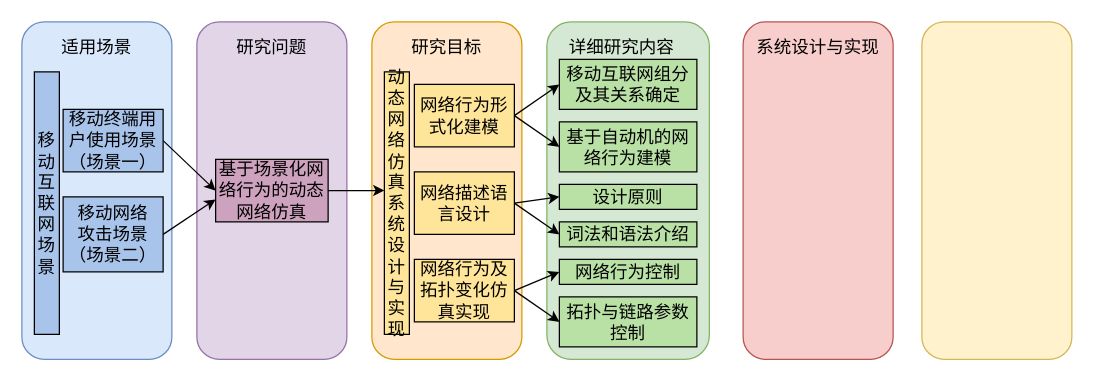
Icarus1994/neutron_conf keeps this draw.io diagram as page "论文研究思路" (2 of 2) of 文章形式.drawio. Above is the earlier version. Source tidied: cells renumbered, new cells numbered last; positions are measured from the earlier drawing's top-left corner, leaving out a move shared by most shapes. Both pictures are drawn from the tidied source at 125%, with x=0, y=0 at pixel (21, 21).
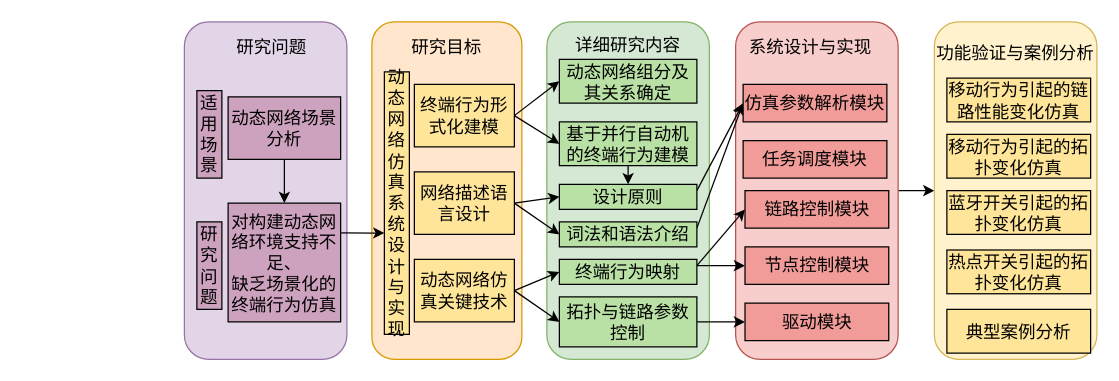
The same page after the edit.

Unchanged cells that the change refers to:
```xml
<mxCell id="18" value="动态网络仿真系统设计与实现" style="rounded=0;whiteSpace=wrap;html=1;fontSize=14;verticalAlign=middle;horizontal=1;fillColor=#FFE599;" parent="1" vertex="1">
  <mxGeometry x="290" y="40" width="20" height="210" as="geometry" />
</mxCell>
<mxCell id="28" value="设计原则" style="rounded=0;whiteSpace=wrap;html=1;fontSize=14;fillColor=#B9E0A5;" parent="1" vertex="1">
  <mxGeometry x="430" y="130" width="110" height="20" as="geometry" />
</mxCell>
<mxCell id="29" value="词法和语法介绍" style="rounded=0;whiteSpace=wrap;html=1;fontSize=14;fillColor=#B9E0A5;" parent="1" vertex="1">
  <mxGeometry x="430" y="160" width="110" height="20" as="geometry" />
</mxCell>
<mxCell id="31" value="拓扑与链路参数控制" style="rounded=0;whiteSpace=wrap;html=1;fontSize=14;fillColor=#B9E0A5;" parent="1" vertex="1">
  <mxGeometry x="430" y="220" width="110" height="40" as="geometry" />
</mxCell>
```

Diff of the diagram source:
```diff
@@
-    <mxCell id="2" style="rounded=1;whiteSpace=wrap;html=1;fontSize=14;fillColor=#dae8fc;strokeColor=#6c8ebf;" parent="1" vertex="1">
-      <mxGeometry width="120" height="270" as="geometry" />
-    </mxCell>
-    <mxCell id="3" value="适用场景" style="text;html=1;strokeColor=none;fillColor=none;align=center;verticalAlign=middle;whiteSpace=wrap;rounded=0;fontSize=14;" parent="1" vertex="1">
-      <mxGeometry x="30" y="10" width="60" height="20" as="geometry" />
-    </mxCell>
     <mxCell id="4" style="rounded=1;whiteSpace=wrap;html=1;fontSize=14;fillColor=#e1d5e7;strokeColor=#9673a6;" parent="1" vertex="1">
-      <mxGeometry x="140" width="120" height="270" as="geometry" />
+      <mxGeometry x="130" width="130" height="270" as="geometry" />
     </mxCell>
@@
     <mxCell id="9" value="详细研究内容" style="text;html=1;strokeColor=none;fillColor=none;align=center;verticalAlign=middle;whiteSpace=wrap;rounded=0;fontSize=14;" parent="1" vertex="1">
-      <mxGeometry x="435" y="10" width="90" height="20" as="geometry" />
+      <mxGeometry x="440" y="9" width="90" height="20" as="geometry" />
     </mxCell>
+    <mxCell id="36" style="edgeStyle=orthogonalEdgeStyle;rounded=0;jettySize=auto;html=1;exitX=1;exitY=0.5;exitDx=0;exitDy=0;entryX=0;entryY=0.5;entryDx=0;entryDy=0;" parent="1" edge="1" source="10" target="35">
+      <mxGeometry relative="1" as="geometry" />
+    </mxCell>
     <mxCell id="10" style="rounded=1;whiteSpace=wrap;html=1;fontSize=14;fillColor=#f8cecc;strokeColor=#b85450;" parent="1" vertex="1">
-      <mxGeometry x="577" width="120" height="270" as="geometry" />
+      <mxGeometry x="571" width="130" height="270" as="geometry" />
     </mxCell>
     <mxCell id="11" value="系统设计与实现" style="text;html=1;strokeColor=none;fillColor=none;align=center;verticalAlign=middle;whiteSpace=wrap;rounded=0;fontSize=14;" parent="1" vertex="1">
-      <mxGeometry x="587" y="10" width="100" height="20" as="geometry" />
+      <mxGeometry x="581" y="10" width="100" height="20" as="geometry" />
     </mxCell>
-    <mxCell id="12" style="rounded=0;jettySize=auto;html=1;exitX=1;exitY=0.5;exitDx=0;exitDy=0;entryX=0;entryY=0.5;entryDx=0;entryDy=0;fontSize=14;" parent="1" edge="1" source="13" target="17">
-      <mxGeometry relative="1" as="geometry" />
-    </mxCell>
-    <mxCell id="13" value="移动终端用户使用场景（场景一）" style="rounded=0;whiteSpace=wrap;html=1;fontSize=14;fillColor=#A9C4EB;" parent="1" vertex="1">
-      <mxGeometry x="33" y="70" width="80" height="50" as="geometry" />
-    </mxCell>
-    <mxCell id="14" style="edgeStyle=none;rounded=0;jettySize=auto;html=1;exitX=1;exitY=0.5;exitDx=0;exitDy=0;fontSize=14;entryX=0;entryY=0.64;entryDx=0;entryDy=0;entryPerimeter=0;" parent="1" edge="1" source="15" target="17">
-      <mxGeometry relative="1" as="geometry" />
-    </mxCell>
-    <mxCell id="15" value="移动网络&lt;br&gt;攻击场景&lt;br&gt;（场景二）" style="rounded=0;whiteSpace=wrap;html=1;fontSize=14;fillColor=#A9C4EB;" parent="1" vertex="1">
-      <mxGeometry x="33" y="140" width="80" height="60" as="geometry" />
-    </mxCell>
-    <mxCell id="16" style="edgeStyle=none;rounded=0;jettySize=auto;html=1;exitX=1;exitY=0.5;exitDx=0;exitDy=0;entryX=0;entryY=0.452;entryDx=0;entryDy=0;fontSize=14;entryPerimeter=0;" parent="1" edge="1" source="17" target="18">
+    <mxCell id="16" style="edgeStyle=none;rounded=0;jettySize=auto;html=1;exitX=1;exitY=0.25;exitDx=0;exitDy=0;entryX=0;entryY=0.614;entryDx=0;entryDy=0;fontSize=14;entryPerimeter=0;" parent="1" edge="1" source="17" target="18">
       <mxGeometry relative="1" as="geometry" />
     </mxCell>
-    <mxCell id="17" value="基于场景化网络行为的动态网络仿真" style="rounded=0;whiteSpace=wrap;html=1;fontSize=14;fillColor=#CDA2BE;" parent="1" vertex="1">
-      <mxGeometry x="155" y="110" width="90" height="50" as="geometry" />
+    <mxCell id="17" value="对构建动态网络环境支持不足、&lt;br&gt;缺乏场景化的终端行为仿真" style="rounded=0;whiteSpace=wrap;html=1;fontSize=14;fillColor=#CDA2BE;" parent="1" vertex="1">
+      <mxGeometry x="165" y="145" width="90" height="95" as="geometry" />
     </mxCell>
@@
-    <mxCell id="19" value="网络行为形式化建模" style="rounded=0;whiteSpace=wrap;html=1;fontSize=14;fillColor=#FFE599;" parent="1" vertex="1">
+    <mxCell id="19" value="终端行为形式化建模" style="rounded=0;whiteSpace=wrap;html=1;fontSize=14;fillColor=#FFE599;" parent="1" vertex="1">
       <mxGeometry x="314" y="50" width="80" height="50" as="geometry" />
     </mxCell>
@@
-    <mxCell id="22" value="网络行为及拓扑变化仿真实现" style="rounded=0;whiteSpace=wrap;html=1;fontSize=14;fillColor=#FFE599;" parent="1" vertex="1">
+    <mxCell id="22" value="动态网络仿真关键技术" style="rounded=0;whiteSpace=wrap;html=1;fontSize=14;fillColor=#FFE599;" parent="1" vertex="1">
       <mxGeometry x="314" y="190" width="80" height="50" as="geometry" />
     </mxCell>
@@
-    <mxCell id="26" value="移动互联网组分及其关系确定" style="rounded=0;whiteSpace=wrap;html=1;fontSize=14;fillColor=#B9E0A5;" parent="1" vertex="1">
-      <mxGeometry x="430" y="30" width="110" height="40" as="geometry" />
+    <mxCell id="26" value="动态网络组分及其关系确定" style="rounded=0;whiteSpace=wrap;html=1;fontSize=14;fillColor=#B9E0A5;" parent="1" vertex="1">
+      <mxGeometry x="430" y="30" width="110" height="35" as="geometry" />
     </mxCell>
+    <mxCell id="37" style="edgeStyle=none;rounded=0;jettySize=auto;html=1;exitX=0.5;exitY=1;exitDx=0;exitDy=0;entryX=0.5;entryY=0;entryDx=0;entryDy=0;" parent="1" edge="1" source="27" target="28">
+      <mxGeometry relative="1" as="geometry" />
+    </mxCell>
-    <mxCell id="27" value="基于自动机的网络行为建模" style="rounded=0;whiteSpace=wrap;html=1;fontSize=14;fillColor=#B9E0A5;" parent="1" vertex="1">
-      <mxGeometry x="430" y="80" width="110" height="40" as="geometry" />
+    <mxCell id="27" value="基于并行自动机的终端行为建模" style="rounded=0;whiteSpace=wrap;html=1;fontSize=14;fillColor=#B9E0A5;" parent="1" vertex="1">
+      <mxGeometry x="430" y="80" width="110" height="35" as="geometry" />
     </mxCell>
+    <mxCell id="38" style="edgeStyle=none;rounded=0;jettySize=auto;html=1;exitX=1;exitY=0.25;exitDx=0;exitDy=0;entryX=0;entryY=0.5;entryDx=0;entryDy=0;" parent="1" edge="1" source="28" target="45">
+      <mxGeometry relative="1" as="geometry" />
+    </mxCell>
@@
+    <mxCell id="39" style="rounded=0;jettySize=auto;html=1;exitX=1;exitY=0.25;exitDx=0;exitDy=0;entryX=0;entryY=0.5;entryDx=0;entryDy=0;" parent="1" edge="1" source="29" target="45">
+      <mxGeometry relative="1" as="geometry" />
+    </mxCell>
@@
+    <mxCell id="40" style="edgeStyle=none;rounded=0;jettySize=auto;html=1;exitX=1;exitY=0.25;exitDx=0;exitDy=0;entryX=0;entryY=0.5;entryDx=0;entryDy=0;" parent="1" edge="1" source="30" target="46">
+      <mxGeometry relative="1" as="geometry" />
+    </mxCell>
+    <mxCell id="41" style="edgeStyle=none;rounded=0;jettySize=auto;html=1;exitX=1;exitY=0.25;exitDx=0;exitDy=0;entryX=0;entryY=0.5;entryDx=0;entryDy=0;" parent="1" edge="1" source="30" target="47">
+      <mxGeometry relative="1" as="geometry" />
+    </mxCell>
-    <mxCell id="30" value="网络行为控制" style="rounded=0;whiteSpace=wrap;html=1;fontSize=14;fillColor=#B9E0A5;" parent="1" vertex="1">
+    <mxCell id="30" value="终端行为映射" style="rounded=0;whiteSpace=wrap;html=1;fontSize=14;fillColor=#B9E0A5;" parent="1" vertex="1">
       <mxGeometry x="430" y="190" width="110" height="20" as="geometry" />
     </mxCell>
+    <mxCell id="42" style="edgeStyle=none;rounded=0;jettySize=auto;html=1;exitX=1;exitY=0.5;exitDx=0;exitDy=0;entryX=0;entryY=0.5;entryDx=0;entryDy=0;" parent="1" edge="1" source="31" target="49">
+      <mxGeometry relative="1" as="geometry" />
+    </mxCell>
@@
-    <mxCell id="34" value="移动互联网场景" style="rounded=0;whiteSpace=wrap;html=1;fontSize=14;verticalAlign=middle;horizontal=1;fillColor=#A9C4EB;strokeColor=#000000;" parent="1" vertex="1">
-      <mxGeometry x="10" y="40" width="20" height="210" as="geometry" />
-    </mxCell>
     <mxCell id="35" style="rounded=1;whiteSpace=wrap;html=1;fontSize=14;fillColor=#fff2cc;strokeColor=#d6b656;" parent="1" vertex="1">
-      <mxGeometry x="720" width="120" height="270" as="geometry" />
+      <mxGeometry x="730" width="130" height="270" as="geometry" />
     </mxCell>
+    <mxCell id="43" style="edgeStyle=orthogonalEdgeStyle;rounded=0;jettySize=auto;html=1;exitX=0.5;exitY=1;exitDx=0;exitDy=0;entryX=0.5;entryY=0;entryDx=0;entryDy=0;" parent="1" edge="1" source="44" target="17">
+      <mxGeometry relative="1" as="geometry" />
+    </mxCell>
+    <mxCell id="44" value="动态网络场景分析" style="rounded=0;whiteSpace=wrap;html=1;fontSize=14;fillColor=#CDA2BE;" parent="1" vertex="1">
+      <mxGeometry x="165" y="60" width="90" height="50" as="geometry" />
+    </mxCell>
+    <mxCell id="45" value="仿真参数解析模块" style="rounded=0;whiteSpace=wrap;html=1;fontSize=14;fillColor=#F19C99;" parent="1" vertex="1">
+      <mxGeometry x="577" y="50" width="115" height="30" as="geometry" />
+    </mxCell>
+    <mxCell id="46" value="链路控制模块" style="rounded=0;whiteSpace=wrap;html=1;fontSize=14;fillColor=#F19C99;" parent="1" vertex="1">
+      <mxGeometry x="578.5" y="135" width="115" height="30" as="geometry" />
+    </mxCell>
+    <mxCell id="47" value="节点控制模块" style="rounded=0;whiteSpace=wrap;html=1;fontSize=14;fillColor=#F19C99;" parent="1" vertex="1">
+      <mxGeometry x="578.5" y="180" width="115" height="30" as="geometry" />
+    </mxCell>
+    <mxCell id="48" value="任务调度模块" style="rounded=0;whiteSpace=wrap;html=1;fontSize=14;fillColor=#F19C99;" parent="1" vertex="1">
+      <mxGeometry x="577" y="95" width="115" height="30" as="geometry" />
+    </mxCell>
+    <mxCell id="49" value="驱动模块" style="rounded=0;whiteSpace=wrap;html=1;fontSize=14;fillColor=#F19C99;" parent="1" vertex="1">
+      <mxGeometry x="578.5" y="225" width="115" height="30" as="geometry" />
+    </mxCell>
+    <mxCell id="50" value="功能验证与案例分析" style="text;html=1;strokeColor=none;fillColor=none;align=center;verticalAlign=middle;whiteSpace=wrap;rounded=0;fontSize=14;" parent="1" vertex="1">
+      <mxGeometry x="730" y="15" width="130" height="20" as="geometry" />
+    </mxCell>
+    <mxCell id="51" value="蓝牙开关引起的拓扑变化仿真" style="rounded=0;whiteSpace=wrap;html=1;fontSize=14;verticalAlign=middle;horizontal=1;fillColor=#FFE599;" parent="1" vertex="1">
+      <mxGeometry x="740" y="135" width="115" height="35" as="geometry" />
+    </mxCell>
+    <mxCell id="52" value="热点开关引起的拓扑变化仿真" style="rounded=0;whiteSpace=wrap;html=1;fontSize=14;verticalAlign=middle;horizontal=1;fillColor=#FFE599;" parent="1" vertex="1">
+      <mxGeometry x="740" y="182.5" width="115" height="35" as="geometry" />
+    </mxCell>
+    <mxCell id="53" value="移动行为引起的链路性能变化仿真" style="rounded=0;whiteSpace=wrap;html=1;fontSize=14;verticalAlign=middle;horizontal=1;fillColor=#FFE599;" parent="1" vertex="1">
+      <mxGeometry x="740" y="45" width="115" height="35" as="geometry" />
+    </mxCell>
+    <mxCell id="54" value="典型案例分析" style="rounded=0;whiteSpace=wrap;html=1;fontSize=14;verticalAlign=middle;horizontal=1;fillColor=#FFE599;" parent="1" vertex="1">
+      <mxGeometry x="740" y="230" width="115" height="35" as="geometry" />
+    </mxCell>
+    <mxCell id="55" value="移动行为引起的拓扑变化仿真" style="rounded=0;whiteSpace=wrap;html=1;fontSize=14;verticalAlign=middle;horizontal=1;fillColor=#FFE599;" parent="1" vertex="1">
+      <mxGeometry x="740" y="90" width="115" height="35" as="geometry" />
+    </mxCell>
+    <mxCell id="3" value="适用场景" style="rounded=0;whiteSpace=wrap;html=1;fontSize=14;fillColor=#CDA2BE;" parent="1" vertex="1">
+      <mxGeometry x="140" y="55" width="20" height="70" as="geometry" />
+    </mxCell>
+    <mxCell id="56" value="研究问题" style="rounded=0;whiteSpace=wrap;html=1;fontSize=14;fillColor=#CDA2BE;" parent="1" vertex="1">
+      <mxGeometry x="140" y="160" width="20" height="70" as="geometry" />
+    </mxCell>
```
